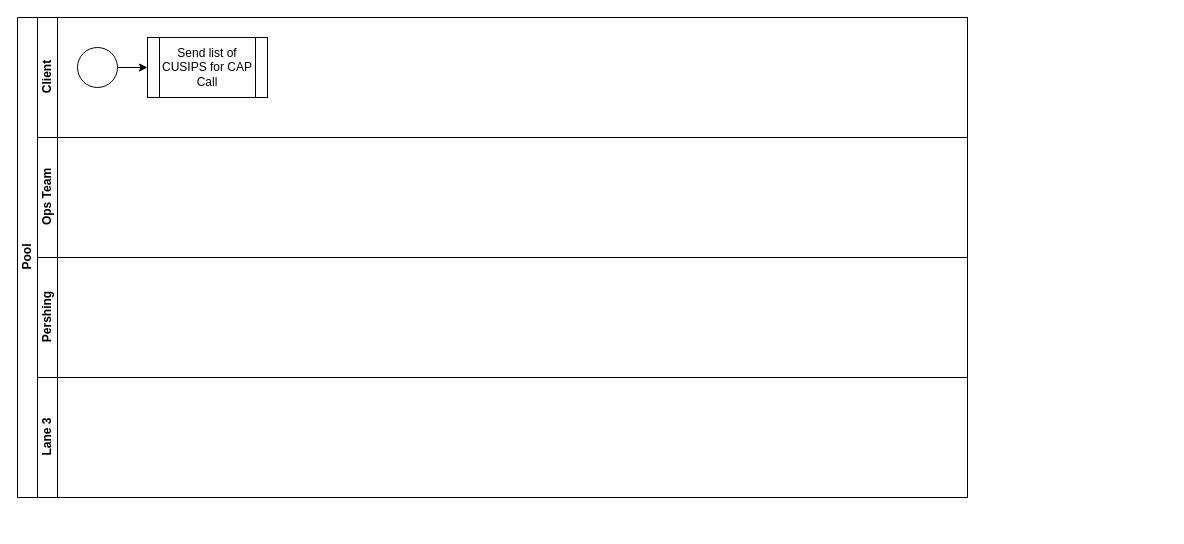
Above: Test1.drawio in yvetuy/diagrams (draw.io), before the change. Source tidied: cells renumbered, new cells numbered last; positions are measured from the earlier drawing's top-left corner, leaving out a move shared by most shapes. Both pictures are drawn from the tidied source at 100%, with x=0, y=0 at pixel (17, 17).
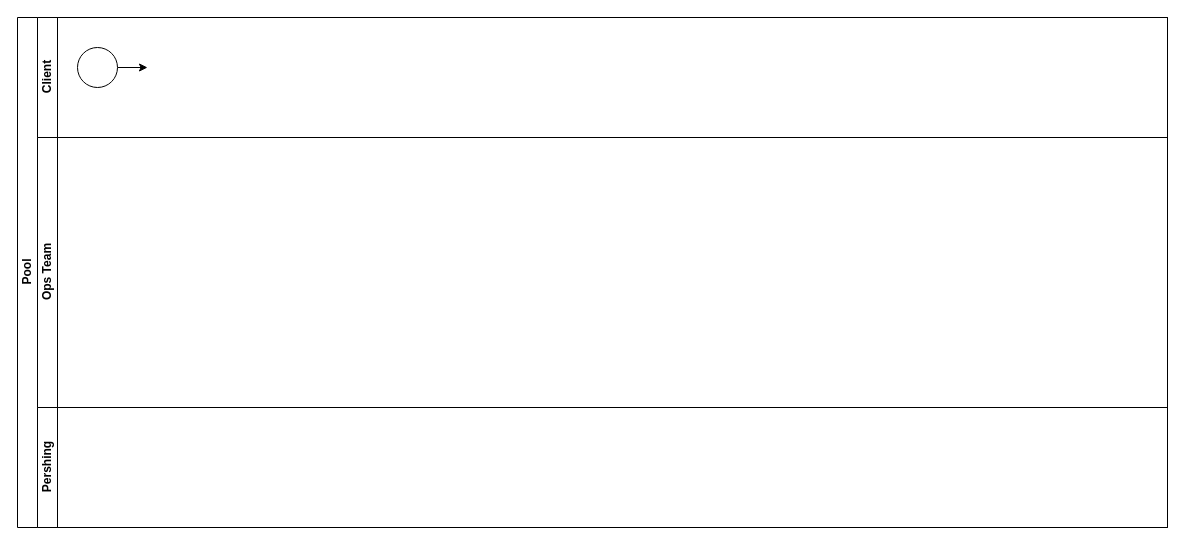
The same diagram, later.

Change to the diagram source:
```diff
@@
 <mxGraphModel>
   <root>
     <mxCell id="0" />
     <mxCell id="1" parent="0" />
     <mxCell id="2" value="Pool" style="swimlane;html=1;horizontal=0;startSize=20;" parent="1" vertex="1">
-      <mxGeometry width="950" height="480" as="geometry" />
+      <mxGeometry width="1150" height="510" as="geometry" />
     </mxCell>
     <mxCell id="3" value="Client" style="swimlane;html=1;startSize=20;horizontal=0;" parent="2" vertex="1">
-      <mxGeometry x="20" width="930" height="120" as="geometry" />
+      <mxGeometry x="20" width="1130" height="120" as="geometry" />
     </mxCell>
-    <mxCell id="4" style="edgeStyle=orthogonalEdgeStyle;rounded=0;jettySize=auto;html=1;exitX=1;exitY=0.5;exitDx=0;exitDy=0;entryX=0;entryY=0.5;entryDx=0;entryDy=0;" parent="3" edge="1" source="5" target="6">
-      <mxGeometry relative="1" as="geometry" />
+    <mxCell id="4" style="edgeStyle=orthogonalEdgeStyle;rounded=0;jettySize=auto;html=1;exitX=1;exitY=0.5;exitDx=0;exitDy=0;entryX=0;entryY=0.5;entryDx=0;entryDy=0;" parent="3" edge="1" source="5">
+      <mxGeometry relative="1" as="geometry">
+        <mxPoint x="110" y="50" as="targetPoint" />
+      </mxGeometry>
     </mxCell>
     <mxCell id="5" style="ellipse;whiteSpace=wrap;html=1;" parent="3" vertex="1">
       <mxGeometry x="40" y="30" width="40" height="40" as="geometry" />
     </mxCell>
-    <mxCell id="6" value="Send list of CUSIPS for CAP Call" style="shape=process;whiteSpace=wrap;html=1;backgroundOutline=1;" parent="3" vertex="1">
-      <mxGeometry x="110" y="20" width="120" height="60" as="geometry" />
-    </mxCell>
     <mxCell id="7" value="Ops Team" style="swimlane;html=1;startSize=20;horizontal=0;" parent="2" vertex="1">
-      <mxGeometry x="20" y="120" width="930" height="120" as="geometry" />
+      <mxGeometry x="20" y="120" width="1130" height="270" as="geometry" />
     </mxCell>
     <mxCell id="8" value="Pershing" style="swimlane;html=1;startSize=20;horizontal=0;" parent="2" vertex="1">
-      <mxGeometry x="20" y="240" width="930" height="120" as="geometry" />
+      <mxGeometry x="20" y="390" width="1130" height="120" as="geometry" />
     </mxCell>
-    <mxCell id="9" value="Lane 3" style="swimlane;html=1;startSize=20;horizontal=0;" parent="2" vertex="1">
-      <mxGeometry x="20" y="360" width="930" height="120" as="geometry" />
-    </mxCell>
   </root>
 </mxGraphModel>
```
